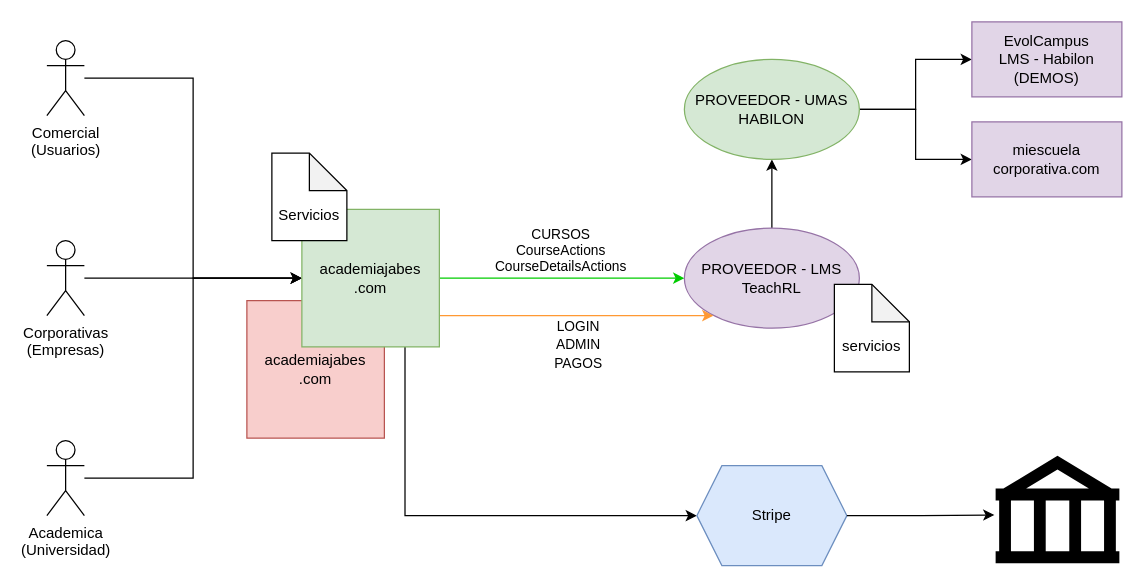
Earlier version of the draw.io diagram page "TOBE" (2 of 2) of JABES.drawio (samuel363/drawio). Source tidied: cells renumbered, new cells numbered last; positions are measured from the earlier drawing's top-left corner, leaving out a move shared by most shapes. Both pictures are drawn from the tidied source at 125%, with x=0, y=0 at pixel (46, 21).
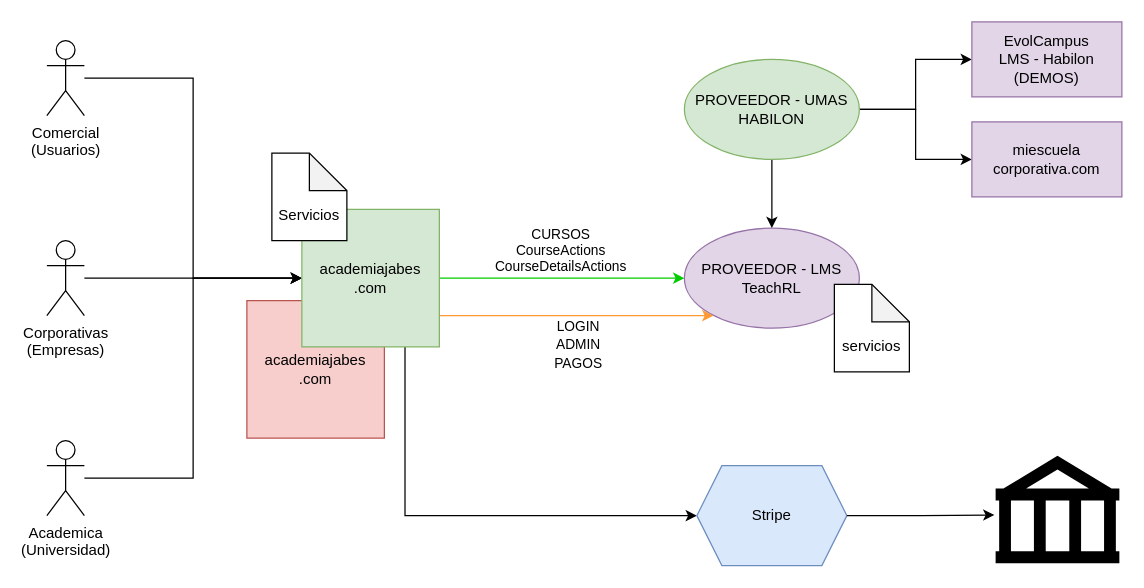
The same diagram, later.

Unchanged cells that the change refers to:
```xml
<mxCell id="11" value="PROVEEDOR -&amp;nbsp;LMS&lt;br&gt;TeachRL" style="ellipse;whiteSpace=wrap;html=1;fillColor=#e1d5e7;strokeColor=#9673a6;" parent="1" vertex="1">
  <mxGeometry x="510" y="165" width="140" height="80" as="geometry" />
</mxCell>
<mxCell id="14" value="PROVEEDOR - UMAS&lt;br&gt;HABILON" style="ellipse;whiteSpace=wrap;html=1;fillColor=#d5e8d4;strokeColor=#82b366;" parent="1" vertex="1">
  <mxGeometry x="510" y="30" width="140" height="80" as="geometry" />
</mxCell>
```

Change to the diagram source:
```diff
@@
-    <mxCell id="10" style="edgeStyle=orthogonalEdgeStyle;rounded=0;jettySize=auto;html=1;entryX=0.5;entryY=1;entryDx=0;entryDy=0;" parent="1" edge="1" source="11" target="14">
-      <mxGeometry relative="1" as="geometry" />
-    </mxCell>
@@
+    <mxCell id="27" style="edgeStyle=orthogonalEdgeStyle;rounded=0;jettySize=auto;html=1;entryX=0.5;entryY=0;entryDx=0;entryDy=0;" parent="1" edge="1" source="14" target="11">
+      <mxGeometry relative="1" as="geometry" />
+    </mxCell>
```
